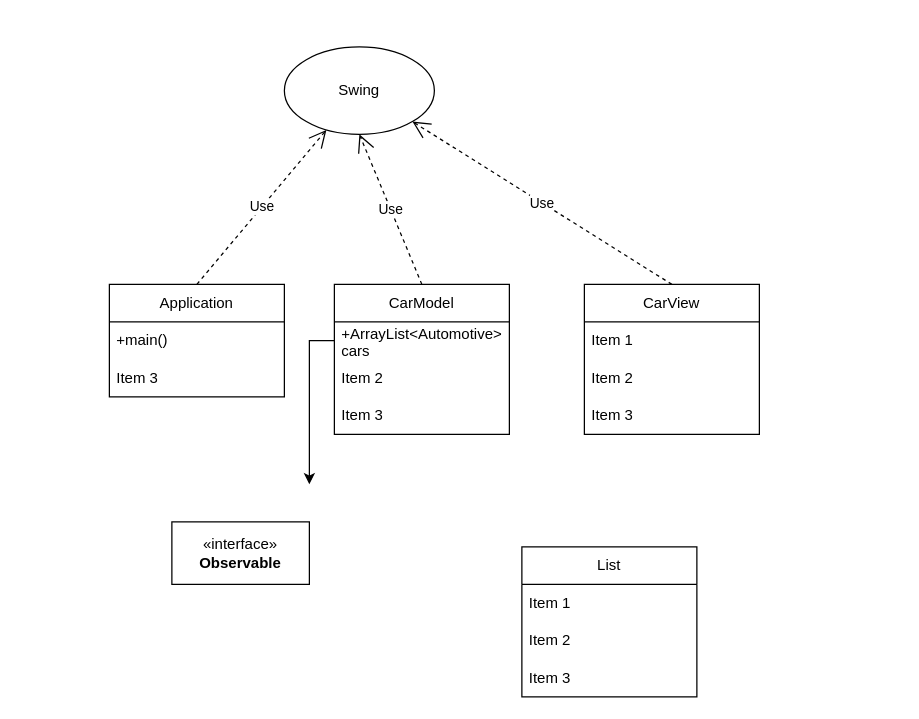
VeraTibu2/lab1 keeps this draw.io diagram as diagrams/lab4.drawio. Above is the earlier version. Source tidied: cells renumbered, new cells numbered last; positions are measured from the earlier drawing's top-left corner, leaving out a move shared by most shapes. Both pictures are drawn from the tidied source at 125%, with x=0, y=0 at pixel (109, 46).
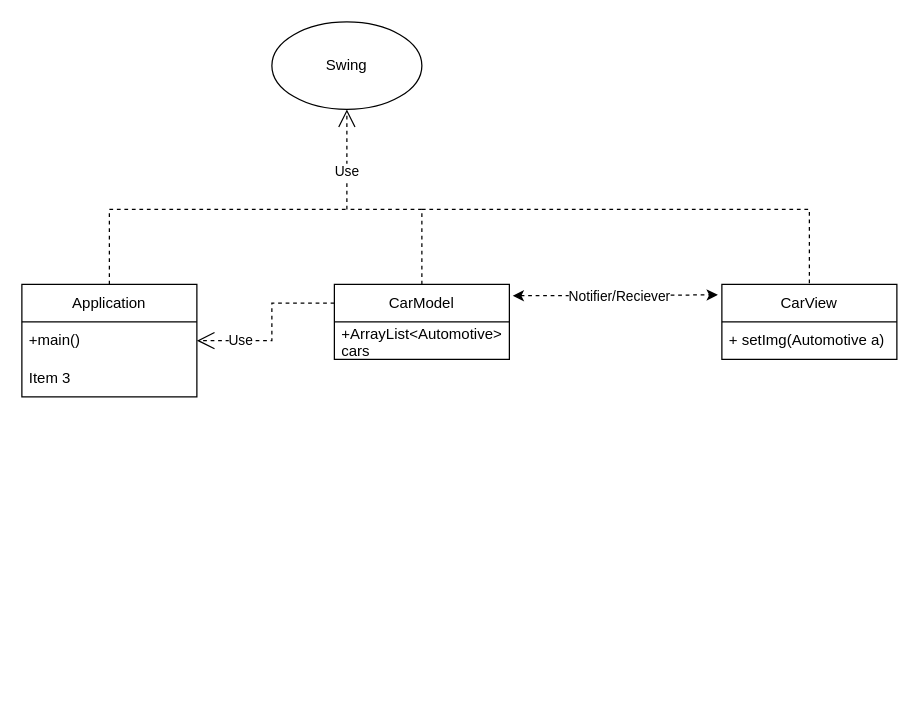
Above is the later version.

Commit message (it also covers changes not shown here):
Updated diagram and gitignore (again)

The change refers to these unchanged cells:
```xml
<mxCell id="4" value="+ArrayList&amp;lt;Automotive&amp;gt; cars" style="text;strokeColor=none;fillColor=none;align=left;verticalAlign=middle;spacingLeft=4;spacingRight=4;overflow=hidden;points=[[0,0.5],[1,0.5]];portConstraint=eastwest;whiteSpace=wrap;html=1;" parent="2" vertex="1">
  <mxGeometry y="30" width="140" height="30" as="geometry" />
</mxCell>
<mxCell id="8" value="+main()" style="text;strokeColor=none;fillColor=none;align=left;verticalAlign=middle;spacingLeft=4;spacingRight=4;overflow=hidden;points=[[0,0.5],[1,0.5]];portConstraint=eastwest;whiteSpace=wrap;html=1;" parent="7" vertex="1">
  <mxGeometry y="30" width="140" height="30" as="geometry" />
</mxCell>
```

Diff of the diagram source:
```diff
@@
     <mxCell id="2" value="CarModel" style="swimlane;fontStyle=0;horizontal=1;startSize=30;whiteSpace=wrap;html=1;" parent="1" vertex="1">
-      <mxGeometry x="180" y="190" width="140" height="120" as="geometry" />
+      <mxGeometry x="180" y="190" width="140" height="60" as="geometry" />
     </mxCell>
-    <mxCell id="3" style="edgeStyle=orthogonalEdgeStyle;rounded=0;jettySize=auto;html=1;exitX=0;exitY=0.5;exitDx=0;exitDy=0;" parent="2" edge="1" source="4">
-      <mxGeometry relative="1" as="geometry">
-        <mxPoint x="-20" y="160" as="targetPoint" />
-      </mxGeometry>
-    </mxCell>
@@
-    <mxCell id="5" value="Item 2" style="text;strokeColor=none;fillColor=none;align=left;verticalAlign=middle;spacingLeft=4;spacingRight=4;overflow=hidden;whiteSpace=wrap;html=1;" parent="2" vertex="1">
-      <mxGeometry y="60" width="140" height="30" as="geometry" />
-    </mxCell>
-    <mxCell id="6" value="Item 3" style="text;strokeColor=none;fillColor=none;align=left;verticalAlign=middle;spacingLeft=4;spacingRight=4;overflow=hidden;whiteSpace=wrap;html=1;" parent="2" vertex="1">
-      <mxGeometry y="90" width="140" height="30" as="geometry" />
-    </mxCell>
     <mxCell id="7" value="Application" style="swimlane;fontStyle=0;horizontal=1;startSize=30;whiteSpace=wrap;html=1;" parent="1" vertex="1">
-      <mxGeometry y="190" width="140" height="90" as="geometry" />
+      <mxGeometry x="-70" y="190" width="140" height="90" as="geometry" />
     </mxCell>
@@
     <mxCell id="10" value="CarView" style="swimlane;fontStyle=0;horizontal=1;startSize=30;whiteSpace=wrap;html=1;" parent="1" vertex="1">
-      <mxGeometry x="380" y="190" width="140" height="120" as="geometry" />
+      <mxGeometry x="490" y="190" width="140" height="60" as="geometry" />
     </mxCell>
-    <mxCell id="11" value="Item 1" style="text;strokeColor=none;fillColor=none;align=left;verticalAlign=middle;spacingLeft=4;spacingRight=4;overflow=hidden;whiteSpace=wrap;html=1;" parent="10" vertex="1">
-      <mxGeometry y="30" width="140" height="30" as="geometry" />
-    </mxCell>
-    <mxCell id="12" value="Item 2" style="text;strokeColor=none;fillColor=none;align=left;verticalAlign=middle;spacingLeft=4;spacingRight=4;overflow=hidden;whiteSpace=wrap;html=1;" parent="10" vertex="1">
-      <mxGeometry y="60" width="140" height="30" as="geometry" />
-    </mxCell>
-    <mxCell id="13" value="Item 3" style="text;strokeColor=none;fillColor=none;align=left;verticalAlign=middle;spacingLeft=4;spacingRight=4;overflow=hidden;whiteSpace=wrap;html=1;" parent="10" vertex="1">
-      <mxGeometry y="90" width="140" height="30" as="geometry" />
+    <mxCell id="13" value="+ setImg(Automotive a)" style="text;strokeColor=none;fillColor=none;align=left;verticalAlign=middle;spacingLeft=4;spacingRight=4;overflow=hidden;whiteSpace=wrap;html=1;" parent="10" vertex="1">
+      <mxGeometry y="30" width="140" height="30" as="geometry" />
     </mxCell>
     <mxCell id="14" value="Swing" style="ellipse;whiteSpace=wrap;html=1;" parent="1" vertex="1">
-      <mxGeometry x="140" width="120" height="70" as="geometry" />
+      <mxGeometry x="130" y="-20" width="120" height="70" as="geometry" />
     </mxCell>
-    <mxCell id="15" value="Use" style="endArrow=open;endSize=12;dashed=1;html=1;rounded=0;exitX=0.5;exitY=0;exitDx=0;exitDy=0;" parent="1" edge="1" source="7" target="14">
-      <mxGeometry relative="1" as="geometry" />
+    <mxCell id="15" style="endArrow=none;endSize=12;dashed=1;html=1;rounded=0;exitX=0.5;exitY=0;exitDx=0;exitDy=0;endFill=0;" parent="1" edge="1" source="7">
+      <mxGeometry relative="1" as="geometry">
+        <mxPoint x="190" y="130" as="targetPoint" />
+        <Array as="points">
+          <mxPoint y="130" />
+        </Array>
+      </mxGeometry>
     </mxCell>
-    <mxCell id="16" value="Use" style="endArrow=open;endSize=12;dashed=1;html=1;rounded=0;entryX=0.5;entryY=1;entryDx=0;entryDy=0;exitX=0.5;exitY=0;exitDx=0;exitDy=0;" parent="1" edge="1" source="2" target="14">
-      <mxGeometry relative="1" as="geometry" />
+    <mxCell id="16" value="Use" style="endArrow=open;endSize=12;dashed=1;html=1;rounded=0;exitX=0.5;exitY=0;exitDx=0;exitDy=0;entryX=0.5;entryY=1;entryDx=0;entryDy=0;shadow=0;strokeColor=default;jumpStyle=none;" parent="1" edge="1" source="2" target="14">
+      <mxGeometry x="0.5" relative="1" as="geometry">
+        <Array as="points">
+          <mxPoint x="250" y="130" />
+          <mxPoint x="190" y="130" />
+        </Array>
+      </mxGeometry>
     </mxCell>
+    <mxCell id="23" style="endArrow=classic;startArrow=classic;html=1;rounded=0;curved=0;dashed=1;startFill=1;entryX=-0.023;entryY=0.14;entryDx=0;entryDy=0;entryPerimeter=0;exitX=1.019;exitY=0.152;exitDx=0;exitDy=0;exitPerimeter=0;" parent="1" edge="1" source="2" target="10">
+      <mxGeometry relative="1" as="geometry" />
+    </mxCell>
+    <mxCell id="24" value="Notifier/Reciever" style="edgeLabel;html=1;align=center;verticalAlign=middle;" parent="23" vertex="1">
+      <mxGeometry x="0.05" y="-1" relative="1" as="geometry">
+        <mxPoint x="-1" as="offset" />
+      </mxGeometry>
+    </mxCell>
+    <mxCell id="25" style="endArrow=none;endSize=12;dashed=1;html=1;rounded=0;endFill=0;entryX=0.5;entryY=0;entryDx=0;entryDy=0;" parent="1" edge="1" target="10">
+      <mxGeometry relative="1" as="geometry">
+        <mxPoint x="250" y="130" as="sourcePoint" />
+        <Array as="points">
+          <mxPoint x="560" y="130" />
+        </Array>
+      </mxGeometry>
+    </mxCell>
-    <mxCell id="17" value="Use" style="endArrow=open;endSize=12;dashed=1;html=1;rounded=0;entryX=1;entryY=1;entryDx=0;entryDy=0;exitX=0.5;exitY=0;exitDx=0;exitDy=0;" parent="1" edge="1" source="10" target="14">
-      <mxGeometry relative="1" as="geometry" />
+    <mxCell id="17" value="Use" style="endArrow=open;endSize=12;dashed=1;html=1;rounded=0;entryX=1;entryY=0.5;entryDx=0;entryDy=0;shadow=0;strokeColor=default;jumpStyle=none;exitX=0;exitY=0.25;exitDx=0;exitDy=0;" parent="1" edge="1" source="2" target="8">
+      <mxGeometry x="0.5" relative="1" as="geometry">
+        <Array as="points">
+          <mxPoint x="130" y="205" />
+          <mxPoint x="130" y="235" />
+        </Array>
+      </mxGeometry>
     </mxCell>
-    <mxCell id="18" value="List" style="swimlane;fontStyle=0;horizontal=1;startSize=30;whiteSpace=wrap;html=1;" parent="1" vertex="1">
-      <mxGeometry x="330" y="400" width="140" height="120" as="geometry" />
-    </mxCell>
-    <mxCell id="19" value="Item 1" style="text;strokeColor=none;fillColor=none;align=left;verticalAlign=middle;spacingLeft=4;spacingRight=4;overflow=hidden;whiteSpace=wrap;html=1;" parent="18" vertex="1">
-      <mxGeometry y="30" width="140" height="30" as="geometry" />
-    </mxCell>
-    <mxCell id="20" value="Item 2" style="text;strokeColor=none;fillColor=none;align=left;verticalAlign=middle;spacingLeft=4;spacingRight=4;overflow=hidden;whiteSpace=wrap;html=1;" parent="18" vertex="1">
-      <mxGeometry y="60" width="140" height="30" as="geometry" />
-    </mxCell>
-    <mxCell id="21" value="Item 3" style="text;strokeColor=none;fillColor=none;align=left;verticalAlign=middle;spacingLeft=4;spacingRight=4;overflow=hidden;whiteSpace=wrap;html=1;" parent="18" vertex="1">
-      <mxGeometry y="90" width="140" height="30" as="geometry" />
-    </mxCell>
-    <mxCell id="22" value="«interface»&lt;br&gt;&lt;b&gt;Observable&lt;/b&gt;" style="html=1;whiteSpace=wrap;" parent="1" vertex="1">
-      <mxGeometry x="50" y="380" width="110" height="50" as="geometry" />
-    </mxCell>
```
